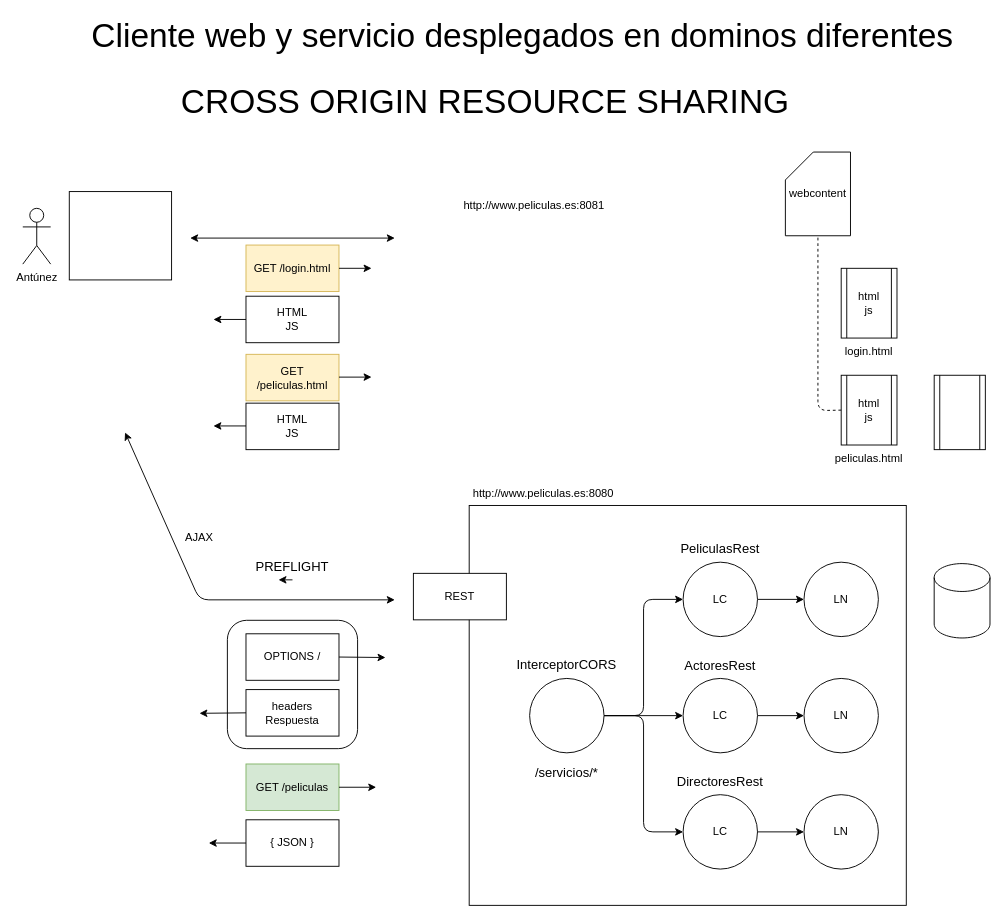
Earlier version of the draw.io diagram page "Página-6" (7 of 30) of seguridad.drawio (lrag/seguridad_java). Source tidied: cells renumbered, new cells numbered last; positions are measured from the earlier drawing's top-left corner, leaving out a move shared by most shapes. Both pictures are drawn from the tidied source at 93%, with x=0, y=0 at pixel (22, 21).
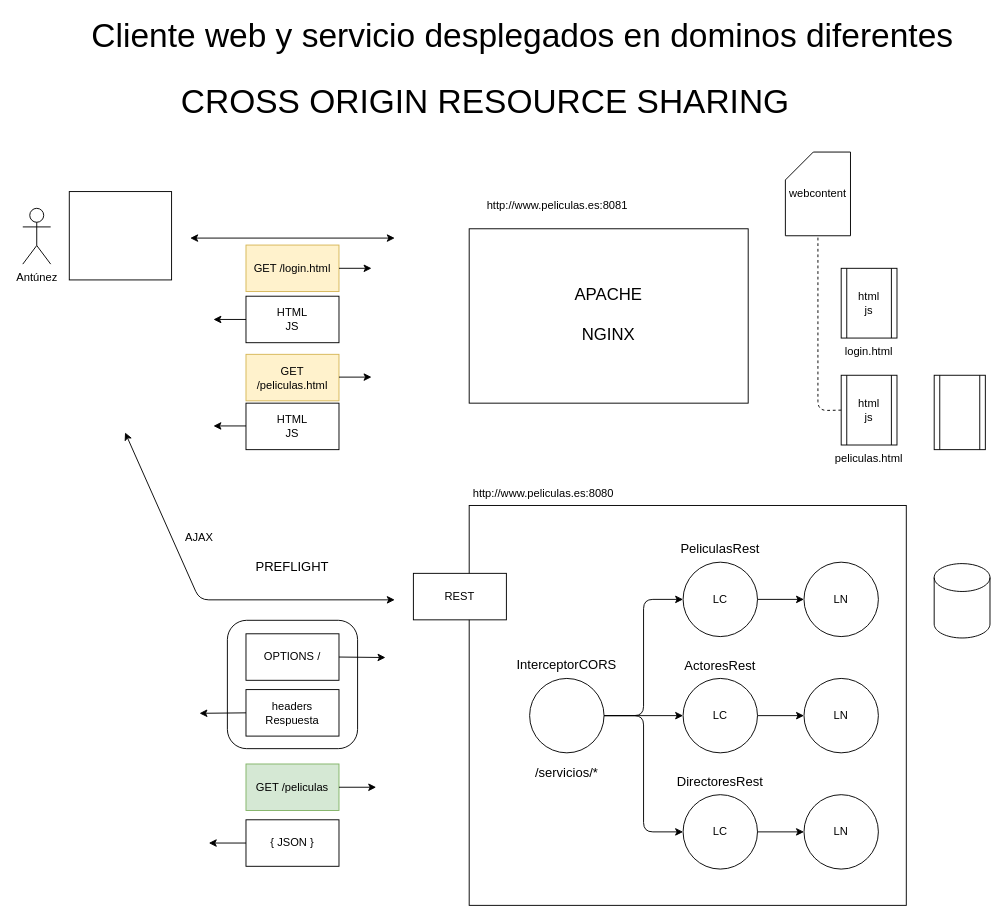
The same page after the edit.

Unchanged cells that the change refers to:
```xml
<mxCell id="34" value="&lt;font style=&quot;font-size: 14px&quot;&gt;PREFLIGHT&lt;/font&gt;" style="text;html=1;strokeColor=none;fillColor=none;align=center;verticalAlign=middle;whiteSpace=wrap;rounded=0;fontSize=18;" parent="1" vertex="1">
  <mxGeometry x="260" y="570" width="60" height="30" as="geometry" />
</mxCell>
```

Diff of the diagram source:
```diff
@@
     <mxCell id="4" value="http://www.peliculas.es:8081" style="text;html=1;strokeColor=none;fillColor=none;align=center;verticalAlign=middle;whiteSpace=wrap;rounded=0;fontSize=12;" parent="1" vertex="1">
-      <mxGeometry x="520" y="182.5" width="60" height="30" as="geometry" />
+      <mxGeometry x="545" y="182.5" width="60" height="30" as="geometry" />
     </mxCell>
@@
-    <mxCell id="57" style="edgeStyle=orthogonalEdgeStyle;rounded=0;orthogonalLoop=1;jettySize=auto;html=1;exitX=0.5;exitY=1;exitDx=0;exitDy=0;entryX=0.25;entryY=1;entryDx=0;entryDy=0;" parent="1" edge="1" source="34" target="34">
-      <mxGeometry relative="1" as="geometry" />
-    </mxCell>
+    <mxCell id="58" value="APACHE&lt;br&gt;&lt;br&gt;NGINX" style="rounded=0;whiteSpace=wrap;html=1;fontSize=18;align=center;" parent="1" vertex="1">
+      <mxGeometry x="480" y="222.5" width="300" height="187.5" as="geometry" />
+    </mxCell>
```
